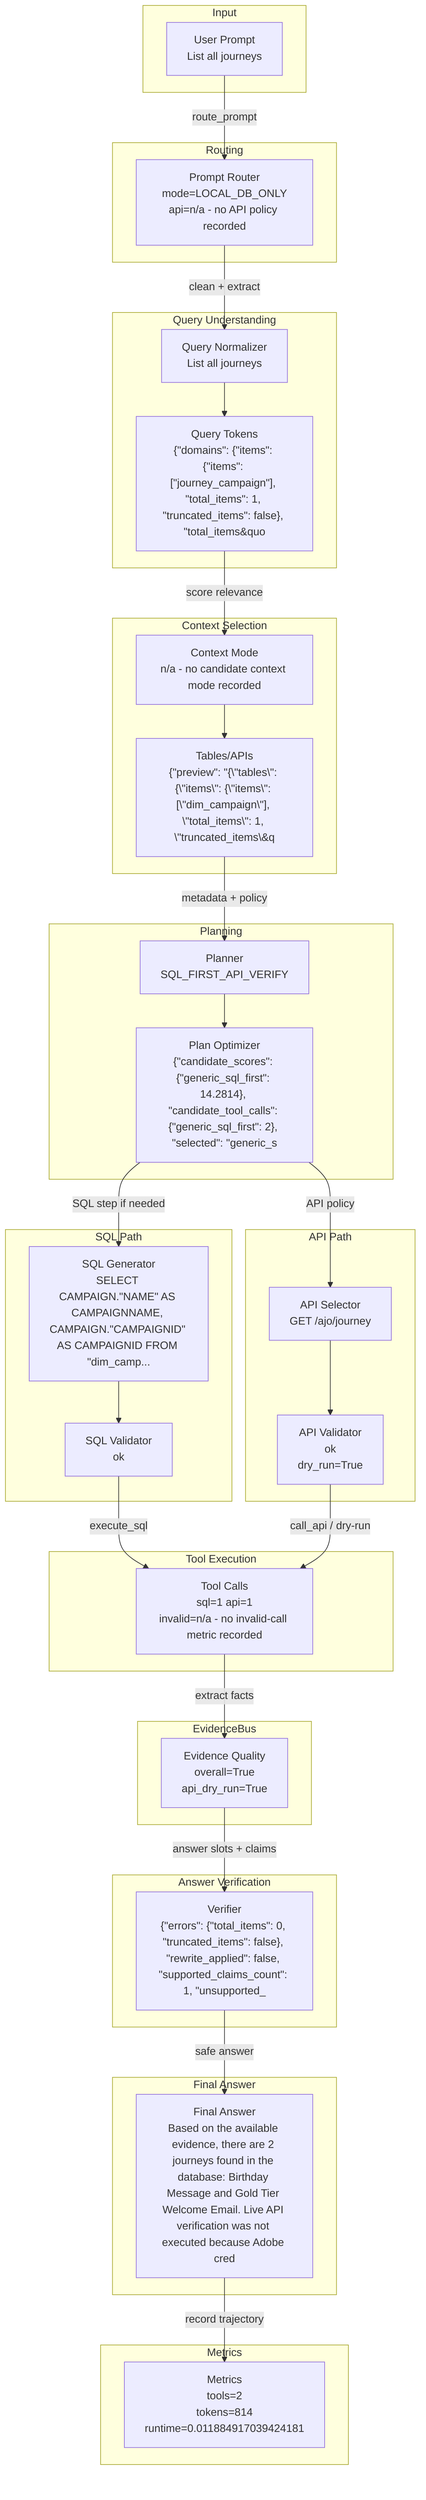
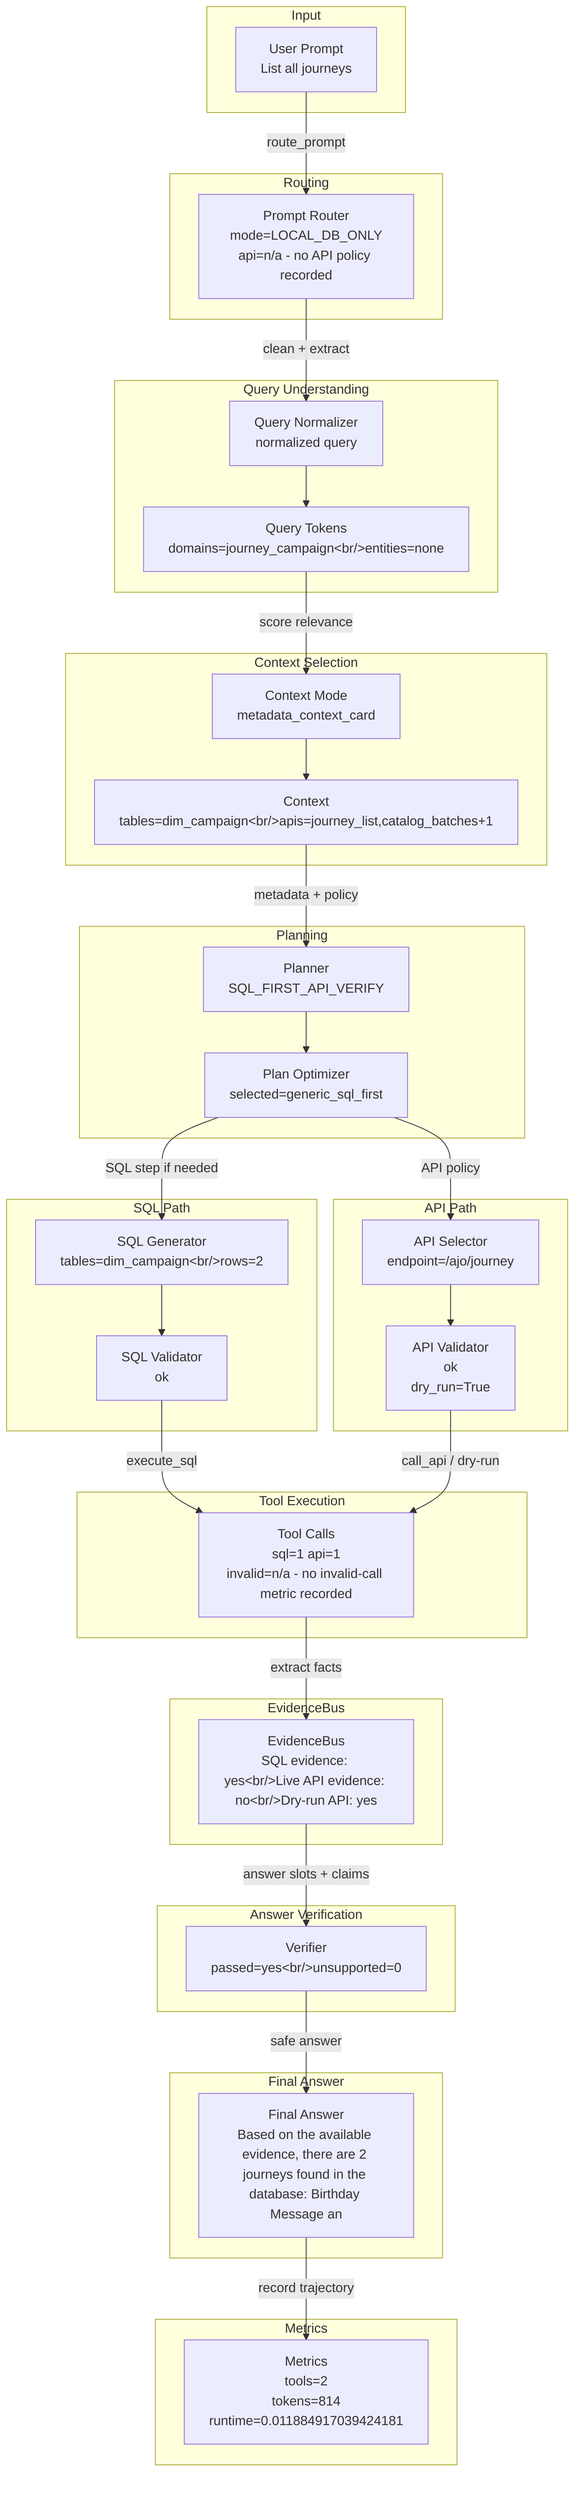
flowchart TD
  subgraph Input
    input_prompt["User Prompt<br/>List all journeys"]
  end
  subgraph Routing
    router["Prompt Router<br/>mode=LOCAL_DB_ONLY<br/>api=n/a - no API policy recorded"]
    input_prompt -->|route_prompt| router
  end
  subgraph QueryUnderstanding["Query Understanding"]
-     normalizer["Query Normalizer<br/>List all journeys"]
-     tokens["Query Tokens<br/>{&quot;domains&quot;: {&quot;items&quot;: {&quot;items&quot;: [&quot;journey_campaign&quot;], &quot;total_items&quot;: 1, &quot;truncated_items&quot;: false}, &quot;total_items&quo"]
+     normalizer["Query Normalizer<br/>normalized query"]
+     tokens["Query Tokens<br/>domains=journey_campaign&lt;br/&gt;entities=none"]
    router -->|clean + extract| normalizer --> tokens
  end
  subgraph ContextSelection["Context Selection"]
-     context["Context Mode<br/>n/a - no candidate context mode recorded"]
-     candidates["Tables/APIs<br/>{&quot;preview&quot;: &quot;{\&quot;tables\&quot;: {\&quot;items\&quot;: {\&quot;items\&quot;: [\&quot;dim_campaign\&quot;], \&quot;total_items\&quot;: 1, \&quot;truncated_items\&q"]
+     context["Context Mode<br/>metadata_context_card"]
+     candidates["Context<br/>tables=dim_campaign&lt;br/&gt;apis=journey_list,catalog_batches+1"]
    tokens -->|score relevance| context --> candidates
  end
  subgraph Planning
    planner["Planner<br/>SQL_FIRST_API_VERIFY"]
-     optimizer["Plan Optimizer<br/>{&quot;candidate_scores&quot;: {&quot;generic_sql_first&quot;: 14.2814}, &quot;candidate_tool_calls&quot;: {&quot;generic_sql_first&quot;: 2}, &quot;selected&quot;: &quot;generic_s"]
+     optimizer["Plan Optimizer<br/>selected=generic_sql_first"]
    candidates -->|metadata + policy| planner --> optimizer
  end
  subgraph SQLPath["SQL Path"]
-     sqlgen["SQL Generator<br/>SELECT CAMPAIGN.&quot;NAME&quot; AS CAMPAIGNNAME, CAMPAIGN.&quot;CAMPAIGNID&quot; AS CAMPAIGNID FROM &quot;dim_camp..."]
+     sqlgen["SQL Generator<br/>tables=dim_campaign&lt;br/&gt;rows=2"]
    sqlval["SQL Validator<br/>ok"]
    optimizer -->|SQL step if needed| sqlgen --> sqlval
  end
  subgraph APIPath["API Path"]
-     apisel["API Selector<br/>GET /ajo/journey"]
+     apisel["API Selector<br/>endpoint=/ajo/journey"]
    apival["API Validator<br/>ok<br/>dry_run=True"]
    optimizer -->|API policy| apisel --> apival
  end
  subgraph ToolExecution["Tool Execution"]
    tools["Tool Calls<br/>sql=1 api=1<br/>invalid=n/a - no invalid-call metric recorded"]
    sqlval -->|execute_sql| tools
    apival -->|call_api / dry-run| tools
  end
  subgraph EvidenceBus
-     evidence["Evidence Quality<br/>overall=True<br/>api_dry_run=True"]
+     evidence["EvidenceBus<br/>SQL evidence: yes&lt;br/&gt;Live API evidence: no&lt;br/&gt;Dry-run API: yes"]
    tools -->|extract facts| evidence
  end
  subgraph AnswerVerification["Answer Verification"]
-     verifier["Verifier<br/>{&quot;errors&quot;: {&quot;total_items&quot;: 0, &quot;truncated_items&quot;: false}, &quot;rewrite_applied&quot;: false, &quot;supported_claims_count&quot;: 1, &quot;unsupported_"]
+     verifier["Verifier<br/>passed=yes&lt;br/&gt;unsupported=0"]
    evidence -->|answer slots + claims| verifier
  end
  subgraph FinalAnswer["Final Answer"]
-     answer["Final Answer<br/>Based on the available evidence, there are 2 journeys found in the database: Birthday Message and Gold Tier Welcome Email. Live API verification was not executed because Adobe cred"]
+     answer["Final Answer<br/>Based on the available evidence, there are 2 journeys found in the database: Birthday Message an"]
    verifier -->|safe answer| answer
  end
  subgraph Metrics
    metrics["Metrics<br/>tools=2<br/>tokens=814<br/>runtime=0.011884917039424181"]
    answer -->|record trajectory| metrics
  end
